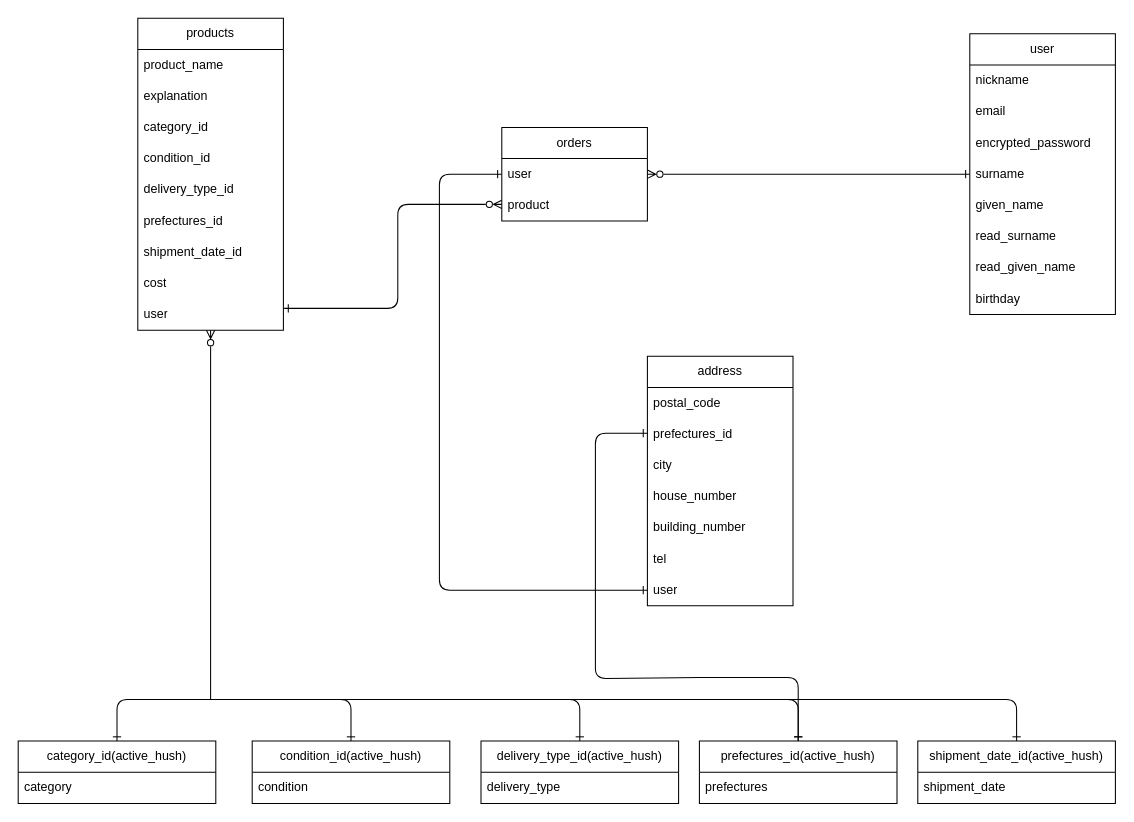
Earlier version of the draw.io diagram furima_ER.dio (Yuya7124/furima-39057). Source tidied: cells renumbered, new cells numbered last; positions are measured from the earlier drawing's top-left corner, leaving out a move shared by most shapes. Both pictures are drawn from the tidied source at 104%, with x=0, y=0 at pixel (18, 18).
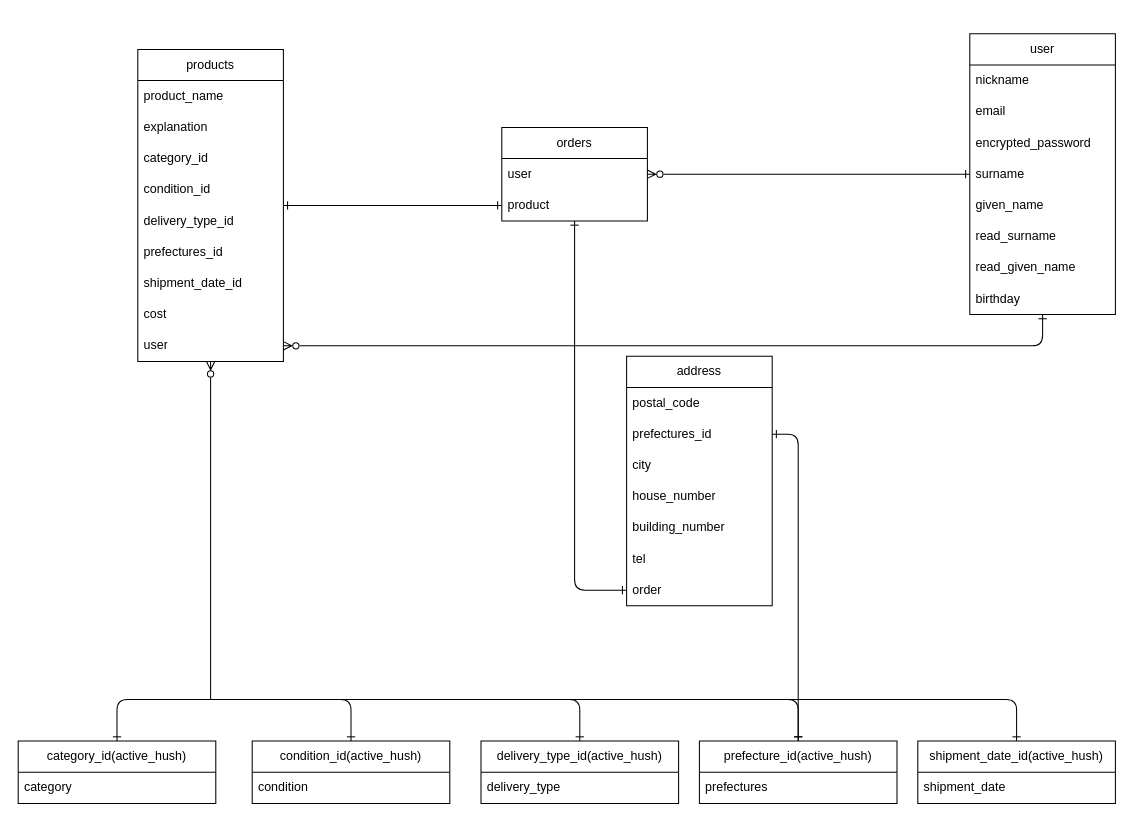
The same page after the edit.

Commit message (it also covers changes not shown here):
データベース設計とER図の修正(Take 2)

The change refers to these unchanged cells:
```xml
<mxCell id="2" value="user" style="swimlane;fontStyle=0;horizontal=1;startSize=30;whiteSpace=wrap;html=1;" parent="1" vertex="1">
  <mxGeometry x="915" y="15" width="140" height="270" as="geometry" />
</mxCell>
<mxCell id="20" value="user" style="text;strokeColor=none;fillColor=none;align=left;verticalAlign=middle;spacingLeft=4;spacingRight=4;overflow=hidden;points=[[0,0.5],[1,0.5]];portConstraint=eastwest;whiteSpace=wrap;html=1;" parent="11" vertex="1">
  <mxGeometry y="270" width="140" height="30" as="geometry" />
</mxCell>
<mxCell id="23" value="prefectures_id" style="text;strokeColor=none;fillColor=none;align=left;verticalAlign=middle;spacingLeft=4;spacingRight=4;overflow=hidden;points=[[0,0.5],[1,0.5]];portConstraint=eastwest;whiteSpace=wrap;html=1;" parent="21" vertex="1">
  <mxGeometry y="60" width="140" height="30" as="geometry" />
</mxCell>
<mxCell id="30" value="orders" style="swimlane;fontStyle=0;horizontal=1;startSize=30;whiteSpace=wrap;html=1;" parent="1" vertex="1">
  <mxGeometry x="465" y="105" width="140" height="90" as="geometry" />
</mxCell>
<mxCell id="31" value="user" style="text;strokeColor=none;fillColor=none;align=left;verticalAlign=middle;spacingLeft=4;spacingRight=4;overflow=hidden;points=[[0,0.5],[1,0.5]];portConstraint=eastwest;whiteSpace=wrap;html=1;" parent="30" vertex="1">
  <mxGeometry y="30" width="140" height="30" as="geometry" />
</mxCell>
<mxCell id="32" value="product" style="text;strokeColor=none;fillColor=none;align=left;verticalAlign=middle;spacingLeft=4;spacingRight=4;overflow=hidden;points=[[0,0.5],[1,0.5]];portConstraint=eastwest;whiteSpace=wrap;html=1;" parent="30" vertex="1">
  <mxGeometry y="60" width="140" height="30" as="geometry" />
</mxCell>
```

What changed in the source:
```diff
@@
     <mxCell id="11" value="products" style="swimlane;fontStyle=0;horizontal=1;startSize=30;whiteSpace=wrap;html=1;" parent="1" vertex="1">
-      <mxGeometry x="115" width="140" height="300" as="geometry" />
+      <mxGeometry x="115" y="30" width="140" height="300" as="geometry" />
     </mxCell>
@@
     <mxCell id="21" value="address" style="swimlane;fontStyle=0;horizontal=1;startSize=30;whiteSpace=wrap;html=1;" parent="1" vertex="1">
-      <mxGeometry x="605" y="325" width="140" height="240" as="geometry" />
+      <mxGeometry x="585" y="325" width="140" height="240" as="geometry" />
     </mxCell>
@@
-    <mxCell id="28" value="user" style="text;strokeColor=none;fillColor=none;align=left;verticalAlign=middle;spacingLeft=4;spacingRight=4;overflow=hidden;points=[[0,0.5],[1,0.5]];portConstraint=eastwest;whiteSpace=wrap;html=1;" parent="21" vertex="1">
+    <mxCell id="28" value="order" style="text;strokeColor=none;fillColor=none;align=left;verticalAlign=middle;spacingLeft=4;spacingRight=4;overflow=hidden;points=[[0,0.5],[1,0.5]];portConstraint=eastwest;whiteSpace=wrap;html=1;" parent="21" vertex="1">
       <mxGeometry y="210" width="140" height="30" as="geometry" />
     </mxCell>
@@
-    <mxCell id="39" style="edgeStyle=none;html=1;startArrow=ERone;startFill=0;endArrow=ERone;endFill=0;exitX=0.5;exitY=0;exitDx=0;exitDy=0;" parent="1" edge="1" source="41">
-      <mxGeometry relative="1" as="geometry">
-        <mxPoint x="605" y="399" as="targetPoint" />
-        <Array as="points">
-          <mxPoint x="750" y="634" />
-          <mxPoint x="645" y="634" />
-          <mxPoint x="555" y="635" />
-          <mxPoint x="555" y="574" />
-          <mxPoint x="555" y="399" />
-        </Array>
-      </mxGeometry>
-    </mxCell>
@@
-    <mxCell id="41" value="&lt;span style=&quot;text-align: left;&quot;&gt;prefectures_&lt;/span&gt;&lt;span style=&quot;text-align: left;&quot;&gt;id(active_hush)&lt;/span&gt;" style="swimlane;fontStyle=0;horizontal=1;startSize=30;whiteSpace=wrap;html=1;" parent="1" vertex="1">
+    <mxCell id="41" value="&lt;span style=&quot;text-align: left;&quot;&gt;prefecture_&lt;/span&gt;&lt;span style=&quot;text-align: left;&quot;&gt;id(active_hush)&lt;/span&gt;" style="swimlane;fontStyle=0;horizontal=1;startSize=30;whiteSpace=wrap;html=1;" parent="1" vertex="1">
       <mxGeometry x="655" y="695" width="190" height="60" as="geometry" />
     </mxCell>
@@
-    <mxCell id="49" style="edgeStyle=none;html=1;startArrow=ERone;startFill=0;endArrow=ERzeroToMany;endFill=0;entryX=0;entryY=0.5;entryDx=0;entryDy=0;exitX=1.005;exitY=0.335;exitDx=0;exitDy=0;exitPerimeter=0;" parent="1" edge="1">
-      <mxGeometry relative="1" as="geometry">
-        <mxPoint x="255.7" y="279" as="sourcePoint" />
-        <mxPoint x="465" y="179" as="targetPoint" />
-        <Array as="points">
-          <mxPoint x="365" y="279" />
-          <mxPoint x="365" y="179" />
-        </Array>
-      </mxGeometry>
-    </mxCell>
@@
-    <mxCell id="52" style="edgeStyle=none;html=1;entryX=0;entryY=0.5;entryDx=0;entryDy=0;startArrow=ERone;startFill=0;endArrow=ERone;endFill=0;" parent="1" edge="1" source="28" target="31">
-      <mxGeometry relative="1" as="geometry">
-        <Array as="points">
-          <mxPoint x="405" y="550" />
-          <mxPoint x="405" y="150" />
-        </Array>
-      </mxGeometry>
-    </mxCell>
+    <mxCell id="53" style="edgeStyle=none;html=1;exitX=0;exitY=0.5;exitDx=0;exitDy=0;startArrow=ERone;startFill=0;endArrow=ERone;endFill=0;" parent="1" edge="1" source="28" target="30">
+      <mxGeometry relative="1" as="geometry">
+        <Array as="points">
+          <mxPoint x="535" y="550" />
+        </Array>
+      </mxGeometry>
+    </mxCell>
+    <mxCell id="54" style="edgeStyle=none;html=1;exitX=1;exitY=0.5;exitDx=0;exitDy=0;startArrow=ERone;startFill=0;endArrow=ERone;endFill=0;" parent="1" edge="1" source="23" target="41">
+      <mxGeometry relative="1" as="geometry">
+        <Array as="points">
+          <mxPoint x="750" y="400" />
+        </Array>
+      </mxGeometry>
+    </mxCell>
+    <mxCell id="55" style="edgeStyle=none;html=1;startArrow=ERone;startFill=0;endArrow=ERone;endFill=0;" parent="1" edge="1" source="32" target="11">
+      <mxGeometry relative="1" as="geometry" />
+    </mxCell>
+    <mxCell id="56" style="edgeStyle=none;html=1;startArrow=ERzeroToMany;startFill=0;endArrow=ERone;endFill=0;" parent="1" edge="1" source="20" target="2">
+      <mxGeometry relative="1" as="geometry">
+        <Array as="points">
+          <mxPoint x="985" y="315" />
+        </Array>
+      </mxGeometry>
+    </mxCell>
```
